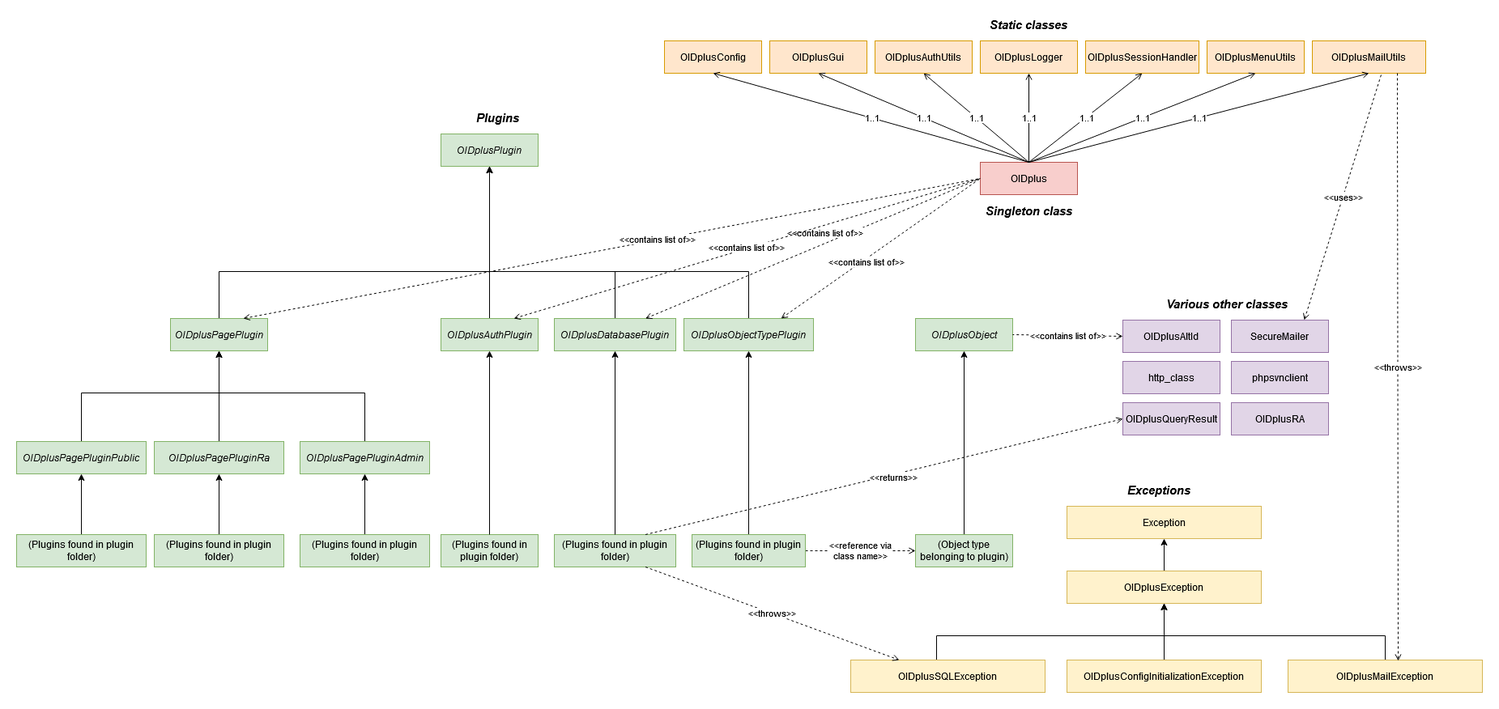
Above: includes/classes/class_diagram.png in danielmarschall/oidplus (draw.io), before the change. Source tidied: cells renumbered, new cells last; positions are measured from the earlier drawing's top-left corner, leaving out a move shared by most shapes.
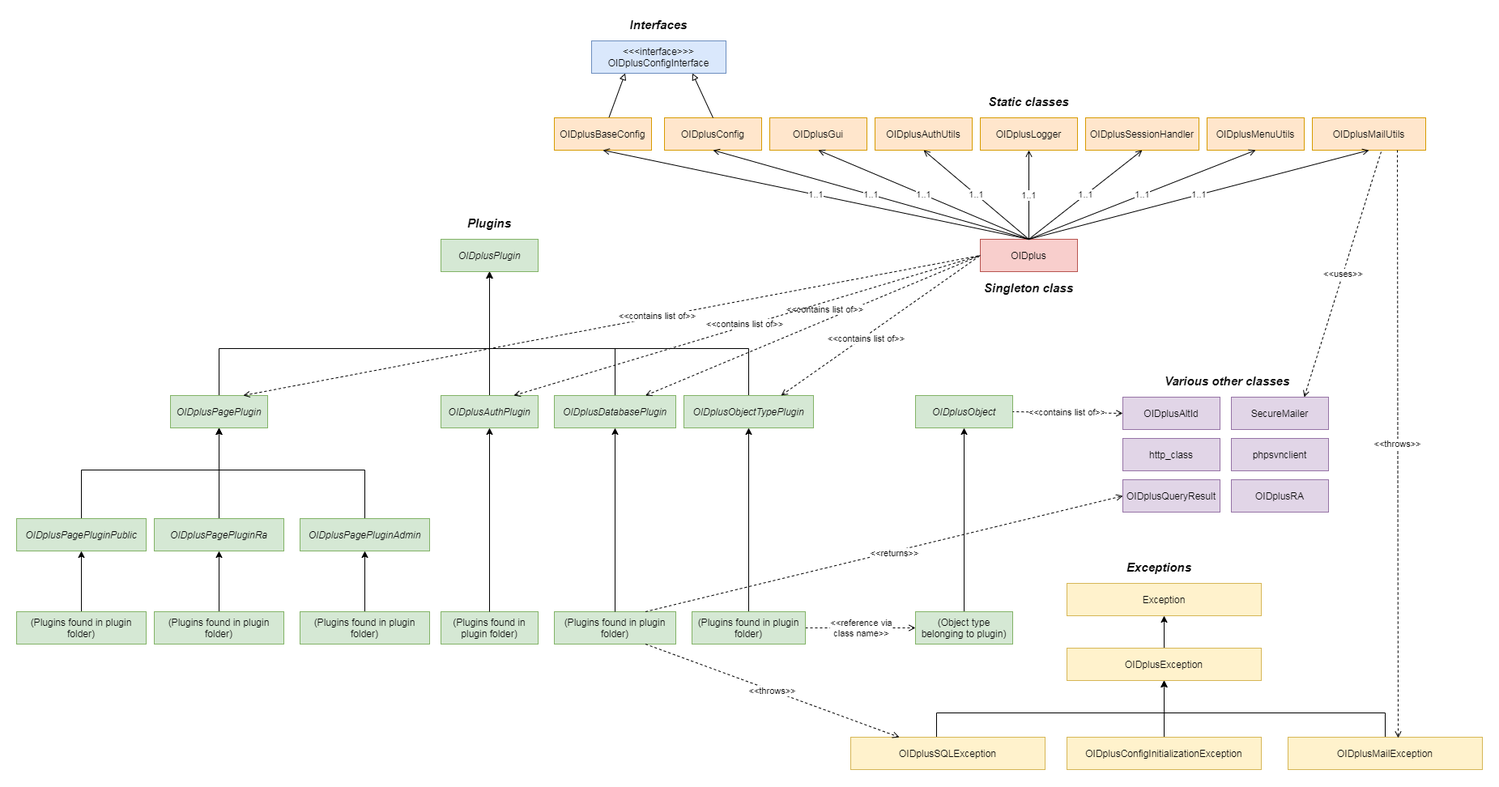
After the commit.

What changed in the source:
```diff
@@ -99,7 +99,7 @@
       <mxGeometry x="190" y="373" width="120" height="40" as="geometry" />
     </mxCell>
     <mxCell id="24" value="&lt;div&gt;OIDplusPlugin&lt;/div&gt;" style="rounded=0;whiteSpace=wrap;html=1;fontStyle=2;fillColor=#d5e8d4;strokeColor=#82b366;" parent="1" vertex="1">
-      <mxGeometry x="524" y="145" width="120" height="40" as="geometry" />
+      <mxGeometry x="524" y="180" width="120" height="40" as="geometry" />
     </mxCell>
     <mxCell id="25" value="&lt;div&gt;OIDplusQueryResult&lt;/div&gt;" style="rounded=0;whiteSpace=wrap;html=1;fillColor=#e1d5e7;strokeColor=#9673a6;" parent="1" vertex="1">
       <mxGeometry x="1366" y="477" width="120" height="40" as="geometry" />
@@ -176,7 +176,7 @@
       <mxGeometry x="1180" y="230" width="140" height="20" as="geometry" />
     </mxCell>
     <mxCell id="48" value="Plugins" style="text;html=1;strokeColor=none;fillColor=none;align=center;verticalAlign=middle;whiteSpace=wrap;rounded=0;fontStyle=3;fontSize=15;" parent="1" vertex="1">
-      <mxGeometry x="524" y="115" width="140" height="20" as="geometry" />
+      <mxGeometry x="514" y="150" width="140" height="20" as="geometry" />
     </mxCell>
     <mxCell id="49" value="Exceptions" style="text;html=1;strokeColor=none;fillColor=none;align=center;verticalAlign=middle;whiteSpace=wrap;rounded=0;fontStyle=3;fontSize=15;" parent="1" vertex="1">
       <mxGeometry x="1341" y="575" width="140" height="20" as="geometry" />
@@ -271,5 +271,23 @@
     <mxCell id="76" value="phpsvnclient" style="rounded=0;whiteSpace=wrap;html=1;fillColor=#e1d5e7;strokeColor=#9673a6;" parent="1" vertex="1">
       <mxGeometry x="1500" y="426" width="120" height="40" as="geometry" />
     </mxCell>
+    <mxCell id="77" style="rounded=0;jettySize=auto;html=1;entryX=0.25;entryY=1;entryDx=0;entryDy=0;endArrow=block;endFill=0;" parent="1" edge="1" source="78" target="80">
+      <mxGeometry relative="1" as="geometry" />
+    </mxCell>
+    <mxCell id="78" value="&lt;div&gt;OIDplusBaseConfig&lt;/div&gt;" style="rounded=0;whiteSpace=wrap;html=1;fillColor=#ffe6cc;strokeColor=#d79b00;" parent="1" vertex="1">
+      <mxGeometry x="664" y="30" width="120" height="40" as="geometry" />
+    </mxCell>
+    <mxCell id="79" value="1..1" style="endArrow=none;html=1;exitX=0.5;exitY=1;exitDx=0;exitDy=0;startArrow=open;startFill=0;entryX=0.5;entryY=0;entryDx=0;entryDy=0;" parent="1" edge="1" source="78" target="2">
+      <mxGeometry relative="1" as="geometry" />
+    </mxCell>
+    <mxCell id="80" value="&lt;div&gt;&amp;lt;&amp;lt;&amp;lt;interface&amp;gt;&amp;gt;&amp;gt;&lt;/div&gt;&lt;div&gt;OIDplusConfigInterface&lt;/div&gt;" style="rounded=0;whiteSpace=wrap;html=1;fillColor=#dae8fc;strokeColor=#6c8ebf;" parent="1" vertex="1">
+      <mxGeometry x="710" y="-65" width="166" height="40" as="geometry" />
+    </mxCell>
+    <mxCell id="81" value="Interfaces" style="text;html=1;strokeColor=none;fillColor=none;align=center;verticalAlign=middle;whiteSpace=wrap;rounded=0;fontStyle=3;fontSize=15;" parent="1" vertex="1">
+      <mxGeometry x="723" y="-95" width="140" height="20" as="geometry" />
+    </mxCell>
+    <mxCell id="82" style="rounded=0;jettySize=auto;html=1;entryX=0.75;entryY=1;entryDx=0;entryDy=0;endArrow=block;endFill=0;exitX=0.5;exitY=0;exitDx=0;exitDy=0;" parent="1" edge="1" source="7" target="80">
+      <mxGeometry relative="1" as="geometry" />
+    </mxCell>
   </root>
 </mxGraphModel>
```
